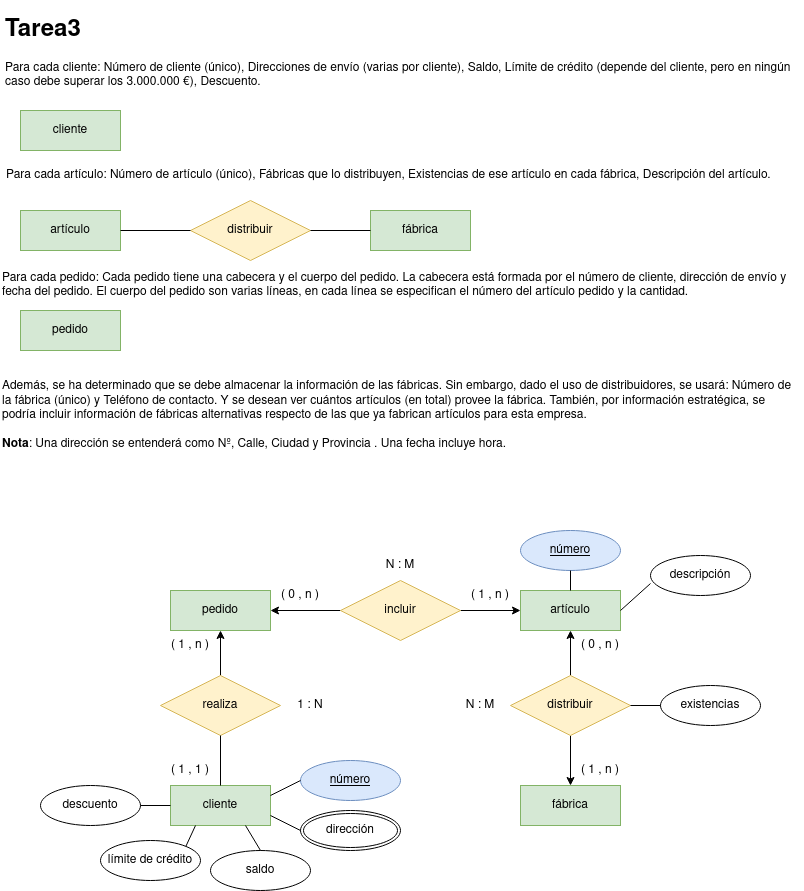
javigh193/bae keeps this draw.io diagram as tareasER/tarea3.png. Above is the earlier version. Source tidied: cells renumbered, new cells last; positions are measured from the earlier drawing's top-left corner, leaving out a move shared by most shapes.
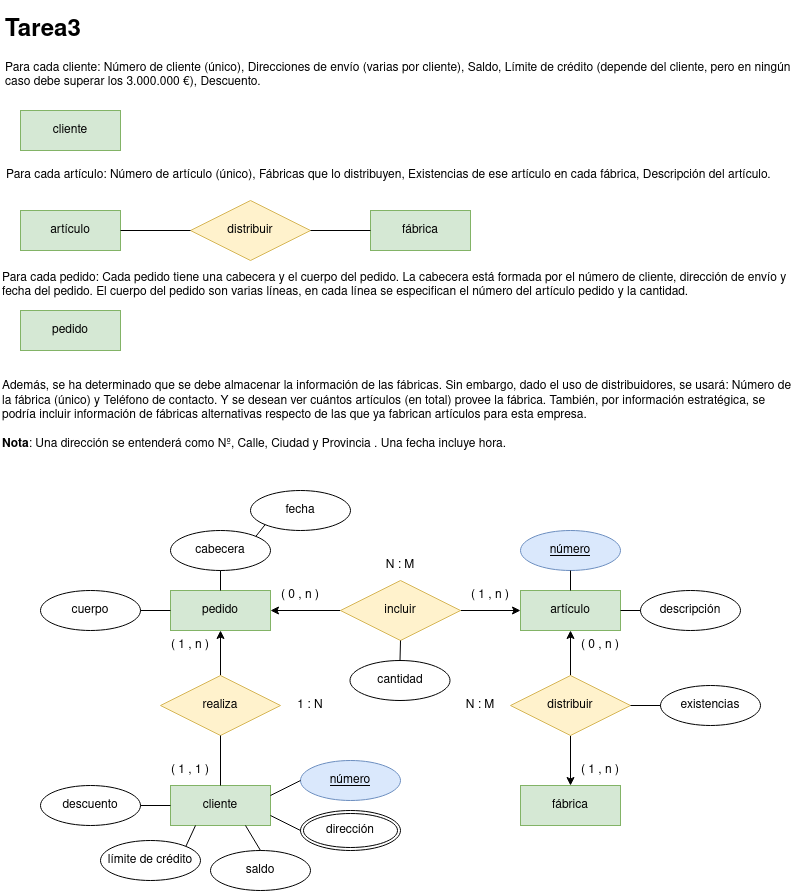
Later version of the same file.

Diff of the diagram source:
```diff
@@ -141,13 +141,37 @@
       <mxGeometry relative="1" as="geometry" />
     </mxCell>
     <mxCell id="48" value="descripción" style="ellipse;whiteSpace=wrap;html=1;align=center;" parent="1" vertex="1">
-      <mxGeometry x="650" y="545" width="100" height="40" as="geometry" />
+      <mxGeometry x="640" y="580" width="100" height="40" as="geometry" />
     </mxCell>
     <mxCell id="49" style="endArrow=none;html=1;rounded=0;entryX=0.5;entryY=1;entryDx=0;entryDy=0;exitX=0.5;exitY=0;exitDx=0;exitDy=0;" parent="1" edge="1" source="17" target="45">
       <mxGeometry relative="1" as="geometry" />
     </mxCell>
-    <mxCell id="50" style="endArrow=none;html=1;rounded=0;exitX=0;exitY=0.7;exitDx=0;exitDy=0;exitPerimeter=0;entryX=1;entryY=0.5;entryDx=0;entryDy=0;" parent="1" edge="1" source="48" target="17">
+    <mxCell id="50" style="endArrow=none;html=1;rounded=0;exitX=0;exitY=0.5;exitDx=0;exitDy=0;entryX=1;entryY=0.5;entryDx=0;entryDy=0;" parent="1" edge="1" source="48" target="17">
       <mxGeometry relative="1" as="geometry" />
     </mxCell>
+    <mxCell id="51" value="cabecera" style="ellipse;whiteSpace=wrap;html=1;align=center;" parent="1" vertex="1">
+      <mxGeometry x="170" y="520" width="100" height="40" as="geometry" />
+    </mxCell>
+    <mxCell id="52" style="endArrow=none;html=1;rounded=0;exitX=0.5;exitY=1;exitDx=0;exitDy=0;entryX=0.5;entryY=0;entryDx=0;entryDy=0;" parent="1" edge="1" source="51" target="13">
+      <mxGeometry relative="1" as="geometry" />
+    </mxCell>
+    <mxCell id="53" value="cuerpo" style="ellipse;whiteSpace=wrap;html=1;align=center;" parent="1" vertex="1">
+      <mxGeometry x="40" y="580" width="100" height="40" as="geometry" />
+    </mxCell>
+    <mxCell id="54" style="endArrow=none;html=1;rounded=0;exitX=1;exitY=0.5;exitDx=0;exitDy=0;entryX=0;entryY=0.5;entryDx=0;entryDy=0;" parent="1" edge="1" source="53" target="13">
+      <mxGeometry relative="1" as="geometry" />
+    </mxCell>
+    <mxCell id="55" value="fecha" style="ellipse;whiteSpace=wrap;html=1;align=center;" parent="1" vertex="1">
+      <mxGeometry x="250" y="480" width="100" height="40" as="geometry" />
+    </mxCell>
+    <mxCell id="56" style="endArrow=none;html=1;rounded=0;exitX=0;exitY=1;exitDx=0;exitDy=0;entryX=1;entryY=0;entryDx=0;entryDy=0;" parent="1" edge="1" source="55" target="51">
+      <mxGeometry relative="1" as="geometry" />
+    </mxCell>
+    <mxCell id="57" value="cantidad" style="ellipse;whiteSpace=wrap;html=1;align=center;" parent="1" vertex="1">
+      <mxGeometry x="349.5" y="650" width="100" height="40" as="geometry" />
+    </mxCell>
+    <mxCell id="58" style="endArrow=none;html=1;rounded=0;exitX=0.5;exitY=1;exitDx=0;exitDy=0;entryX=0.5;entryY=0;entryDx=0;entryDy=0;" parent="1" edge="1" source="20" target="57">
+      <mxGeometry relative="1" as="geometry" />
+    </mxCell>
   </root>
 </mxGraphModel>
```
